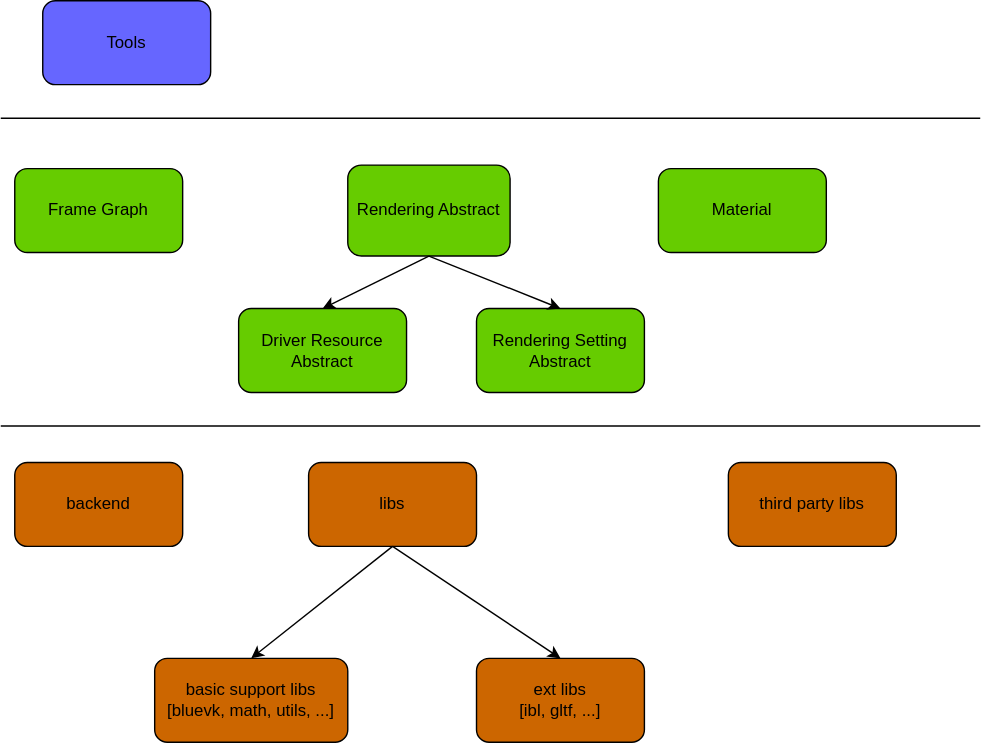
This is rc/filament_structure.svg from wegatron/zsw_note, a draw.io export, as it was before one commit. Source tidied: cells renumbered, new cells last; positions are measured from the earlier drawing's top-left corner, leaving out a move shared by most shapes. Its diagram source:
```xml
<mxGraphModel>
  <root>
    <mxCell id="0" />
    <mxCell id="1" parent="0" />
    <mxCell id="2" value="Frame Graph" style="rounded=1;whiteSpace=wrap;html=1;fillColor=#66CC00;" parent="1" vertex="1">
      <mxGeometry x="10" y="120" width="120" height="60" as="geometry" />
    </mxCell>
    <mxCell id="3" value="backend" style="rounded=1;whiteSpace=wrap;html=1;fillColor=#CC6600;" parent="1" vertex="1">
      <mxGeometry x="10" y="330" width="120" height="60" as="geometry" />
    </mxCell>
    <mxCell id="4" style="line;strokeWidth=1;fillColor=none;align=left;verticalAlign=middle;spacingTop=-1;spacingLeft=3;spacingRight=3;labelPosition=right;" parent="1" vertex="1">
      <mxGeometry y="300" width="700" height="8" as="geometry" />
    </mxCell>
    <mxCell id="5" value="Rendering Abstract" style="rounded=1;whiteSpace=wrap;html=1;fillColor=#66CC00;" parent="1" vertex="1">
      <mxGeometry x="248" y="117.5" width="116" height="65" as="geometry" />
    </mxCell>
    <mxCell id="6" value="Material" style="rounded=1;whiteSpace=wrap;html=1;fillColor=#66CC00;" parent="1" vertex="1">
      <mxGeometry x="470" y="120" width="120" height="60" as="geometry" />
    </mxCell>
    <mxCell id="7" value="Driver Resource Abstract" style="rounded=1;whiteSpace=wrap;html=1;fillColor=#66CC00;" parent="1" vertex="1">
      <mxGeometry x="170" y="220" width="120" height="60" as="geometry" />
    </mxCell>
    <mxCell id="8" style="endArrow=classic;html=1;entryX=0.5;entryY=0;entryDx=0;entryDy=0;exitX=0.5;exitY=1;exitDx=0;exitDy=0;" parent="1" edge="1" source="5" target="7">
      <mxGeometry relative="1" as="geometry" />
    </mxCell>
    <mxCell id="9" value="Rendering Setting Abstract" style="rounded=1;whiteSpace=wrap;html=1;fillColor=#66CC00;" parent="1" vertex="1">
      <mxGeometry x="340" y="220" width="120" height="60" as="geometry" />
    </mxCell>
    <mxCell id="10" style="endArrow=classic;html=1;exitX=0.5;exitY=1;exitDx=0;exitDy=0;entryX=0.5;entryY=0;entryDx=0;entryDy=0;" parent="1" edge="1" source="5" target="9">
      <mxGeometry relative="1" as="geometry" />
    </mxCell>
    <mxCell id="11" value="basic support libs&lt;br /&gt;[bluevk, math, utils, ...]" style="rounded=1;whiteSpace=wrap;html=1;fillColor=#CC6600;" parent="1" vertex="1">
      <mxGeometry x="110" y="470" width="138" height="60" as="geometry" />
    </mxCell>
    <mxCell id="12" value="ext libs&lt;br /&gt;[ibl, gltf, ...]" style="rounded=1;whiteSpace=wrap;html=1;fillColor=#CC6600;" parent="1" vertex="1">
      <mxGeometry x="340" y="470" width="120" height="60" as="geometry" />
    </mxCell>
    <mxCell id="13" value="libs" style="rounded=1;whiteSpace=wrap;html=1;fillColor=#CC6600;" parent="1" vertex="1">
      <mxGeometry x="220" y="330" width="120" height="60" as="geometry" />
    </mxCell>
    <mxCell id="14" style="endArrow=classic;html=1;exitX=0.5;exitY=1;exitDx=0;exitDy=0;entryX=0.5;entryY=0;entryDx=0;entryDy=0;" parent="1" edge="1" source="13" target="11">
      <mxGeometry relative="1" as="geometry" />
    </mxCell>
    <mxCell id="15" style="endArrow=classic;html=1;exitX=0.5;exitY=1;exitDx=0;exitDy=0;entryX=0.5;entryY=0;entryDx=0;entryDy=0;" parent="1" edge="1" source="13" target="12">
      <mxGeometry relative="1" as="geometry" />
    </mxCell>
    <mxCell id="16" style="line;strokeWidth=1;fillColor=none;align=left;verticalAlign=middle;spacingTop=-1;spacingLeft=3;spacingRight=3;labelPosition=right;" parent="1" vertex="1">
      <mxGeometry y="80" width="700" height="8" as="geometry" />
    </mxCell>
    <mxCell id="17" value="Tools" style="rounded=1;whiteSpace=wrap;html=1;fillColor=#6666FF;" parent="1" vertex="1">
      <mxGeometry x="30" width="120" height="60" as="geometry" />
    </mxCell>
    <mxCell id="18" value="third party libs" style="rounded=1;whiteSpace=wrap;html=1;fillColor=#CC6600;" parent="1" vertex="1">
      <mxGeometry x="520" y="330" width="120" height="60" as="geometry" />
    </mxCell>
  </root>
</mxGraphModel>
```
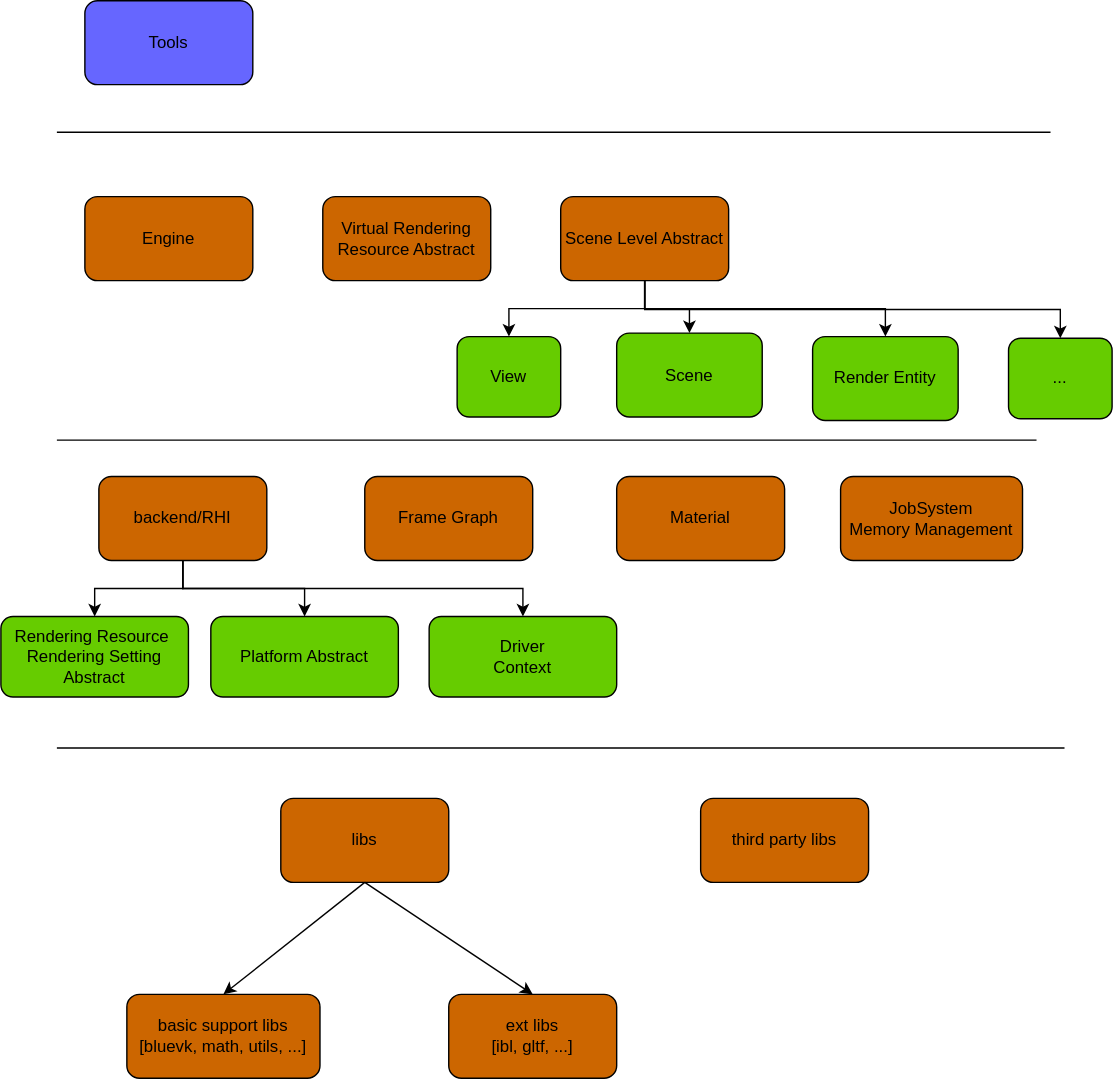
After the commit.

Change to the diagram source:
```diff
@@ -2,33 +2,30 @@
   <root>
     <mxCell id="0" />
     <mxCell id="1" parent="0" />
-    <mxCell id="2" value="Frame Graph" style="rounded=1;whiteSpace=wrap;html=1;fillColor=#66CC00;" parent="1" vertex="1">
-      <mxGeometry x="10" y="120" width="120" height="60" as="geometry" />
+    <mxCell id="2" value="Frame Graph" style="rounded=1;whiteSpace=wrap;html=1;fillColor=#CC6600;" parent="1" vertex="1">
+      <mxGeometry x="280" y="100" width="120" height="60" as="geometry" />
     </mxCell>
-    <mxCell id="3" value="backend" style="rounded=1;whiteSpace=wrap;html=1;fillColor=#CC6600;" parent="1" vertex="1">
-      <mxGeometry x="10" y="330" width="120" height="60" as="geometry" />
-    </mxCell>
-    <mxCell id="4" style="line;strokeWidth=1;fillColor=none;align=left;verticalAlign=middle;spacingTop=-1;spacingLeft=3;spacingRight=3;labelPosition=right;" parent="1" vertex="1">
-      <mxGeometry y="300" width="700" height="8" as="geometry" />
-    </mxCell>
-    <mxCell id="5" value="Rendering Abstract" style="rounded=1;whiteSpace=wrap;html=1;fillColor=#66CC00;" parent="1" vertex="1">
-      <mxGeometry x="248" y="117.5" width="116" height="65" as="geometry" />
-    </mxCell>
+    <mxCell id="19" style="edgeStyle=orthogonalEdgeStyle;rounded=0;jettySize=auto;html=1;exitX=0.5;exitY=1;exitDx=0;exitDy=0;" parent="1" edge="1" source="22" target="24">
+      <mxGeometry relative="1" as="geometry" />
+    </mxCell>
+    <mxCell id="20" style="edgeStyle=orthogonalEdgeStyle;rounded=0;jettySize=auto;html=1;exitX=0.5;exitY=1;exitDx=0;exitDy=0;" parent="1" edge="1" source="22" target="26">
+      <mxGeometry relative="1" as="geometry" />
+    </mxCell>
+    <mxCell id="21" style="edgeStyle=orthogonalEdgeStyle;rounded=0;jettySize=auto;html=1;exitX=0.5;exitY=1;exitDx=0;exitDy=0;" parent="1" edge="1" source="22" target="28">
+      <mxGeometry relative="1" as="geometry" />
+    </mxCell>
+    <mxCell id="22" value="backend/RHI" style="rounded=1;whiteSpace=wrap;html=1;fillColor=#CC6600;" parent="1" vertex="1">
+      <mxGeometry x="90" y="100" width="120" height="60" as="geometry" />
+    </mxCell>
+    <mxCell id="23" style="line;strokeWidth=1;fillColor=none;align=left;verticalAlign=middle;spacingTop=-1;spacingLeft=3;spacingRight=3;labelPosition=right;" parent="1" vertex="1">
+      <mxGeometry x="60" y="290" width="720" height="8" as="geometry" />
+    </mxCell>
+    <mxCell id="24" value="Rendering Resource&amp;nbsp; Rendering Setting Abstract" style="rounded=1;whiteSpace=wrap;html=1;fillColor=#66CC00;" parent="1" vertex="1">
+      <mxGeometry x="20" y="200" width="134" height="57.5" as="geometry" />
+    </mxCell>
-    <mxCell id="6" value="Material" style="rounded=1;whiteSpace=wrap;html=1;fillColor=#66CC00;" parent="1" vertex="1">
-      <mxGeometry x="470" y="120" width="120" height="60" as="geometry" />
+    <mxCell id="6" value="Material" style="rounded=1;whiteSpace=wrap;html=1;fillColor=#CC6600;" parent="1" vertex="1">
+      <mxGeometry x="460" y="100" width="120" height="60" as="geometry" />
     </mxCell>
-    <mxCell id="7" value="Driver Resource Abstract" style="rounded=1;whiteSpace=wrap;html=1;fillColor=#66CC00;" parent="1" vertex="1">
-      <mxGeometry x="170" y="220" width="120" height="60" as="geometry" />
-    </mxCell>
-    <mxCell id="8" style="endArrow=classic;html=1;entryX=0.5;entryY=0;entryDx=0;entryDy=0;exitX=0.5;exitY=1;exitDx=0;exitDy=0;" parent="1" edge="1" source="5" target="7">
-      <mxGeometry relative="1" as="geometry" />
-    </mxCell>
-    <mxCell id="9" value="Rendering Setting Abstract" style="rounded=1;whiteSpace=wrap;html=1;fillColor=#66CC00;" parent="1" vertex="1">
-      <mxGeometry x="340" y="220" width="120" height="60" as="geometry" />
-    </mxCell>
-    <mxCell id="10" style="endArrow=classic;html=1;exitX=0.5;exitY=1;exitDx=0;exitDy=0;entryX=0.5;entryY=0;entryDx=0;entryDy=0;" parent="1" edge="1" source="5" target="9">
-      <mxGeometry relative="1" as="geometry" />
-    </mxCell>
     <mxCell id="11" value="basic support libs&lt;br /&gt;[bluevk, math, utils, ...]" style="rounded=1;whiteSpace=wrap;html=1;fillColor=#CC6600;" parent="1" vertex="1">
       <mxGeometry x="110" y="470" width="138" height="60" as="geometry" />
     </mxCell>
@@ -44,14 +41,59 @@
     <mxCell id="15" style="endArrow=classic;html=1;exitX=0.5;exitY=1;exitDx=0;exitDy=0;entryX=0.5;entryY=0;entryDx=0;entryDy=0;" parent="1" edge="1" source="13" target="12">
       <mxGeometry relative="1" as="geometry" />
     </mxCell>
-    <mxCell id="16" style="line;strokeWidth=1;fillColor=none;align=left;verticalAlign=middle;spacingTop=-1;spacingLeft=3;spacingRight=3;labelPosition=right;" parent="1" vertex="1">
-      <mxGeometry y="80" width="700" height="8" as="geometry" />
-    </mxCell>
+    <mxCell id="25" style="line;strokeWidth=1;fillColor=none;align=left;verticalAlign=middle;spacingTop=-1;spacingLeft=3;spacingRight=3;labelPosition=right;" parent="1" vertex="1">
+      <mxGeometry x="60" y="70" width="700" height="8" as="geometry" />
+    </mxCell>
     <mxCell id="17" value="Tools" style="rounded=1;whiteSpace=wrap;html=1;fillColor=#6666FF;" parent="1" vertex="1">
-      <mxGeometry x="30" width="120" height="60" as="geometry" />
+      <mxGeometry x="80" y="-240" width="120" height="60" as="geometry" />
     </mxCell>
     <mxCell id="18" value="third party libs" style="rounded=1;whiteSpace=wrap;html=1;fillColor=#CC6600;" parent="1" vertex="1">
       <mxGeometry x="520" y="330" width="120" height="60" as="geometry" />
     </mxCell>
+    <mxCell id="26" value="Platform Abstract" style="rounded=1;whiteSpace=wrap;html=1;fillColor=#66CC00;" parent="1" vertex="1">
+      <mxGeometry x="170" y="200" width="134" height="57.5" as="geometry" />
+    </mxCell>
+    <mxCell id="27" value="JobSystem&lt;br&gt;Memory Management" style="rounded=1;whiteSpace=wrap;html=1;fillColor=#CC6600;" parent="1" vertex="1">
+      <mxGeometry x="620" y="100" width="130" height="60" as="geometry" />
+    </mxCell>
+    <mxCell id="28" value="Driver&lt;br&gt;Context" style="rounded=1;whiteSpace=wrap;html=1;fillColor=#66CC00;" parent="1" vertex="1">
+      <mxGeometry x="326" y="200" width="134" height="57.5" as="geometry" />
+    </mxCell>
+    <mxCell id="29" value="Engine" style="rounded=1;whiteSpace=wrap;html=1;fillColor=#CC6600;" parent="1" vertex="1">
+      <mxGeometry x="80" y="-100" width="120" height="60" as="geometry" />
+    </mxCell>
+    <mxCell id="30" value="Virtual Rendering Resource Abstract" style="rounded=1;whiteSpace=wrap;html=1;fillColor=#CC6600;" parent="1" vertex="1">
+      <mxGeometry x="250" y="-100" width="120" height="60" as="geometry" />
+    </mxCell>
+    <mxCell id="31" style="line;strokeWidth=1;fillColor=none;align=left;verticalAlign=middle;spacingTop=-1;spacingLeft=3;spacingRight=3;labelPosition=right;" parent="1" vertex="1">
+      <mxGeometry x="60" y="-150" width="710" height="8" as="geometry" />
+    </mxCell>
+    <mxCell id="32" style="edgeStyle=orthogonalEdgeStyle;rounded=0;jettySize=auto;html=1;exitX=0.5;exitY=1;exitDx=0;exitDy=0;entryX=0.5;entryY=0;entryDx=0;entryDy=0;" parent="1" edge="1" source="36" target="37">
+      <mxGeometry relative="1" as="geometry" />
+    </mxCell>
+    <mxCell id="33" style="edgeStyle=orthogonalEdgeStyle;rounded=0;jettySize=auto;html=1;exitX=0.5;exitY=1;exitDx=0;exitDy=0;" parent="1" edge="1" source="36" target="38">
+      <mxGeometry relative="1" as="geometry" />
+    </mxCell>
+    <mxCell id="34" style="edgeStyle=orthogonalEdgeStyle;rounded=0;jettySize=auto;html=1;exitX=0.5;exitY=1;exitDx=0;exitDy=0;" parent="1" edge="1" source="36" target="39">
+      <mxGeometry relative="1" as="geometry" />
+    </mxCell>
+    <mxCell id="35" style="edgeStyle=orthogonalEdgeStyle;rounded=0;jettySize=auto;html=1;exitX=0.5;exitY=1;exitDx=0;exitDy=0;" parent="1" edge="1" source="36" target="40">
+      <mxGeometry relative="1" as="geometry" />
+    </mxCell>
+    <mxCell id="36" value="Scene Level Abstract" style="rounded=1;whiteSpace=wrap;html=1;fillColor=#CC6600;" parent="1" vertex="1">
+      <mxGeometry x="420" y="-100" width="120" height="60" as="geometry" />
+    </mxCell>
+    <mxCell id="37" value="View" style="rounded=1;whiteSpace=wrap;html=1;fillColor=#66CC00;" parent="1" vertex="1">
+      <mxGeometry x="346" width="74" height="57.5" as="geometry" />
+    </mxCell>
+    <mxCell id="38" value="Scene" style="rounded=1;whiteSpace=wrap;html=1;fillColor=#66CC00;" parent="1" vertex="1">
+      <mxGeometry x="460" y="-2.5" width="104" height="60" as="geometry" />
+    </mxCell>
+    <mxCell id="39" value="Render Entity" style="rounded=1;whiteSpace=wrap;html=1;fillColor=#66CC00;" parent="1" vertex="1">
+      <mxGeometry x="600" width="104" height="60" as="geometry" />
+    </mxCell>
+    <mxCell id="40" value="..." style="rounded=1;whiteSpace=wrap;html=1;fillColor=#66CC00;" parent="1" vertex="1">
+      <mxGeometry x="740" y="1.2" width="74" height="57.5" as="geometry" />
+    </mxCell>
   </root>
 </mxGraphModel>
```
